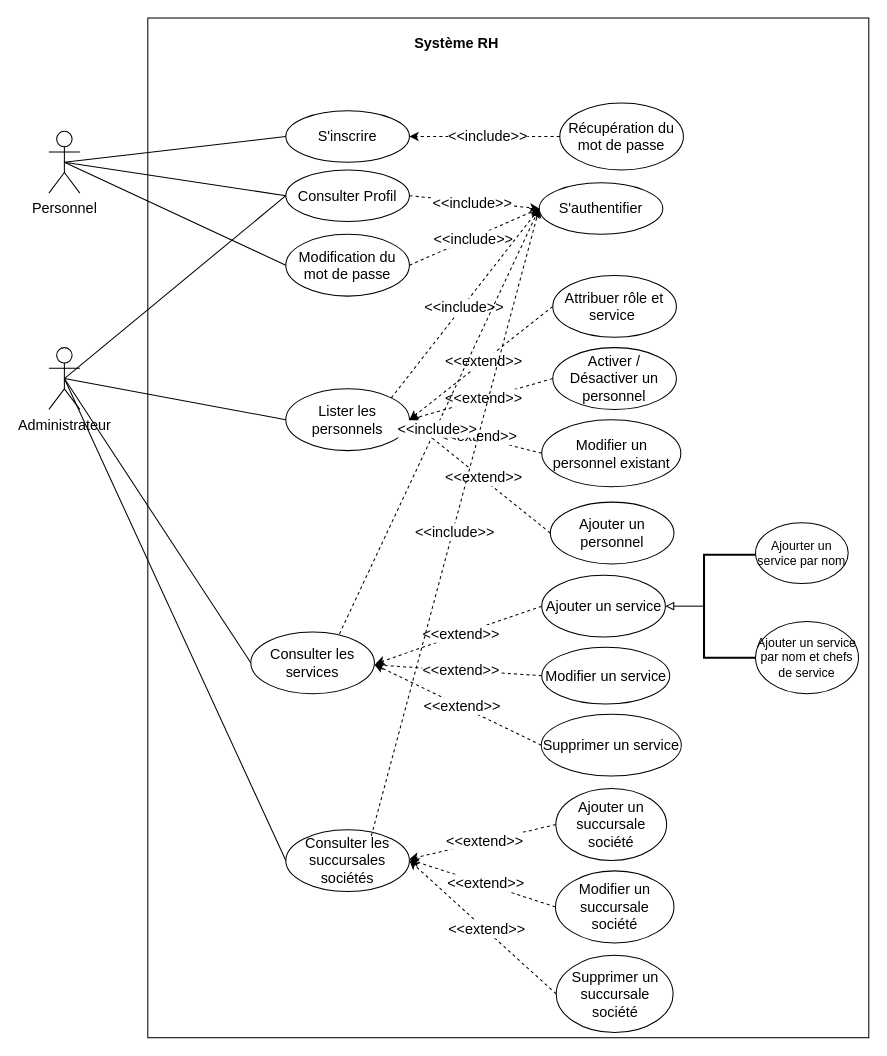
Earlier version of the draw.io diagram Diagramme de cas d’utilisation du sprint 1.drawio (PORTAIL-RH/Portail-RH-Mobile). Source tidied: cells renumbered, new cells numbered last; positions are measured from the earlier drawing's top-left corner, leaving out a move shared by most shapes. Both pictures are drawn from the tidied source at 103%, with x=0, y=0 at pixel (48, 18).
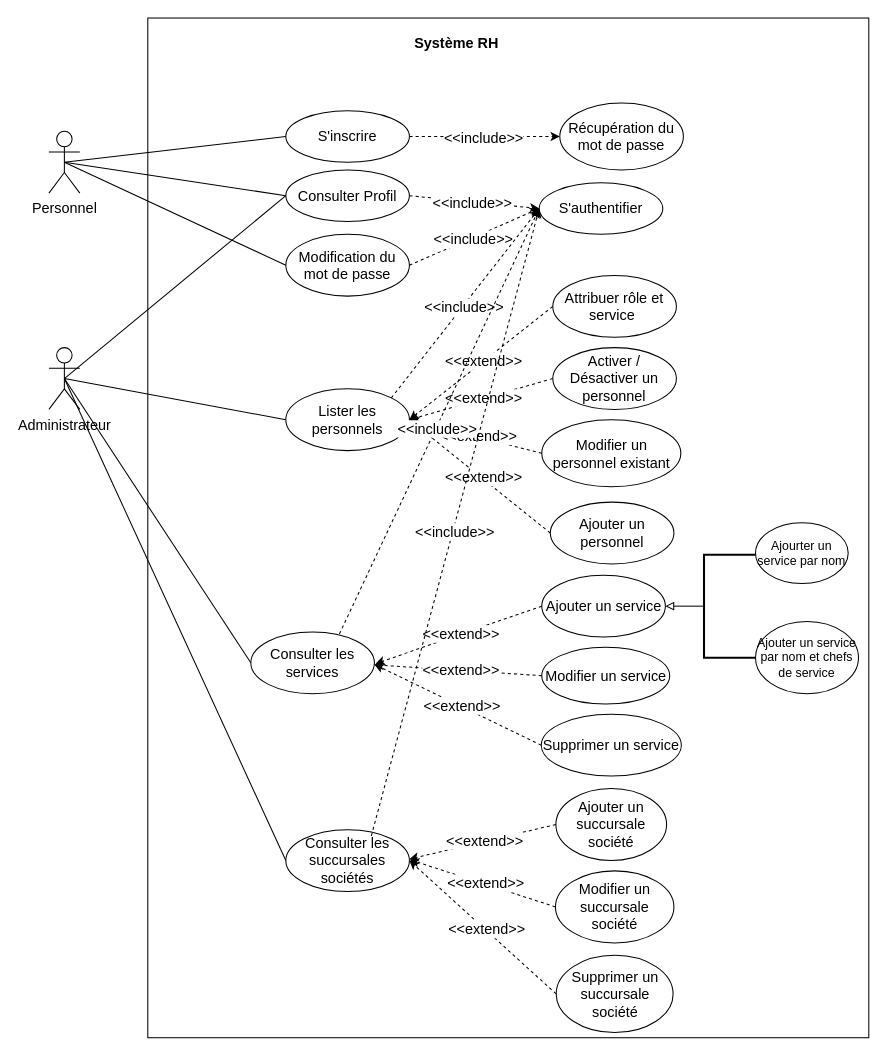
The same diagram, later.

Commit message:
Mettre à jour Diagramme de cas d’utilisation du sprint 1.drawio

The change refers to these unchanged cells:
```xml
<mxCell id="5" value="S'inscrire" style="ellipse;whiteSpace=wrap;html=1;fontSize=14;" parent="1" vertex="1">
  <mxGeometry x="230" y="90" width="120" height="50" as="geometry" />
</mxCell>
<mxCell id="8" value="Récupération du mot de passe" style="ellipse;whiteSpace=wrap;html=1;fontSize=14;" parent="1" vertex="1">
  <mxGeometry x="496" y="82.5" width="120" height="65" as="geometry" />
</mxCell>
```

The edit, as a diff of the source:
```diff
@@
-    <mxCell id="12" style="endArrow=classic;dashed=1;html=1;rounded=0;exitX=0;exitY=0.5;exitDx=0;exitDy=0;endFill=1;entryX=1;entryY=0.5;entryDx=0;entryDy=0;fontSize=14;" parent="1" edge="1" source="8" target="5">
+    <mxCell id="12" style="endArrow=classic;dashed=1;html=1;rounded=0;exitX=1;exitY=0.5;exitDx=0;exitDy=0;endFill=1;fontSize=14;entryX=0;entryY=0.5;entryDx=0;entryDy=0;" parent="1" edge="1" source="5" target="8">
       <mxGeometry relative="1" as="geometry" />
     </mxCell>
```
